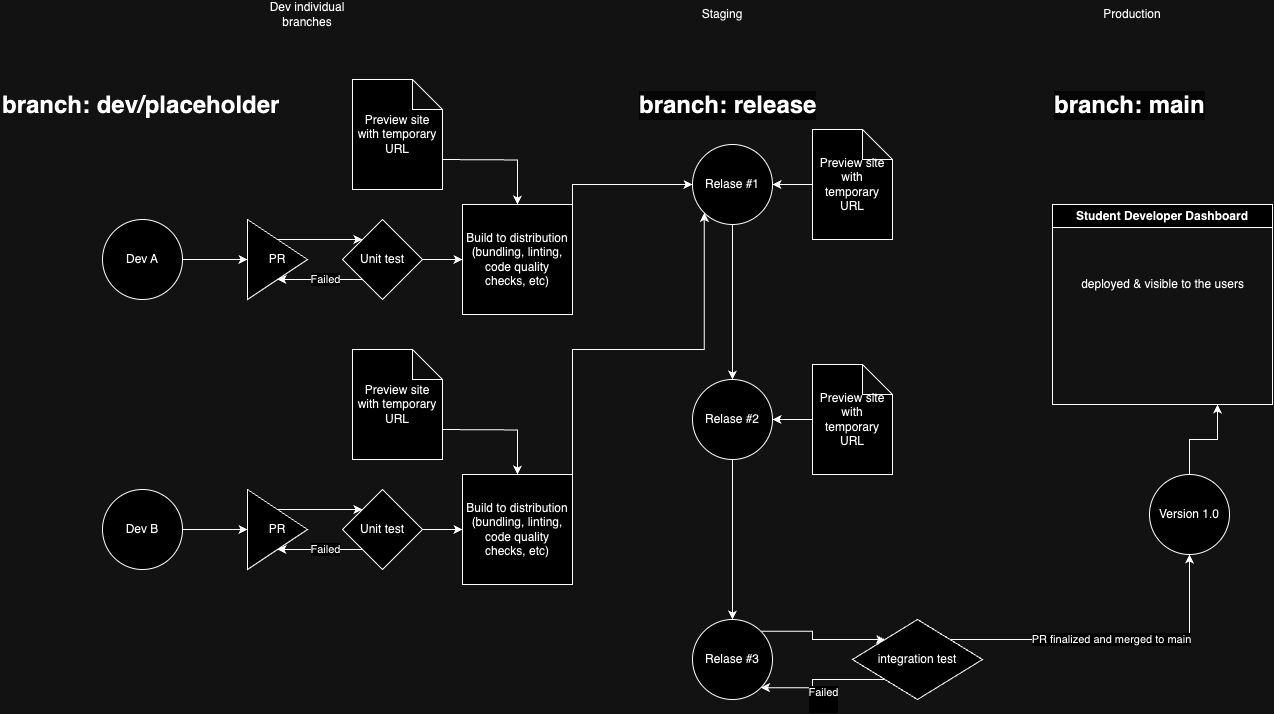
Before: admin/documentation/cipipeline/cicd.drawio.png, a diagram exported from draw.io (CSE-210-Team-10/cse210-group10). Source tidied: cells renumbered, new cells last; positions are measured from the earlier drawing's top-left corner, leaving out a move shared by most shapes.
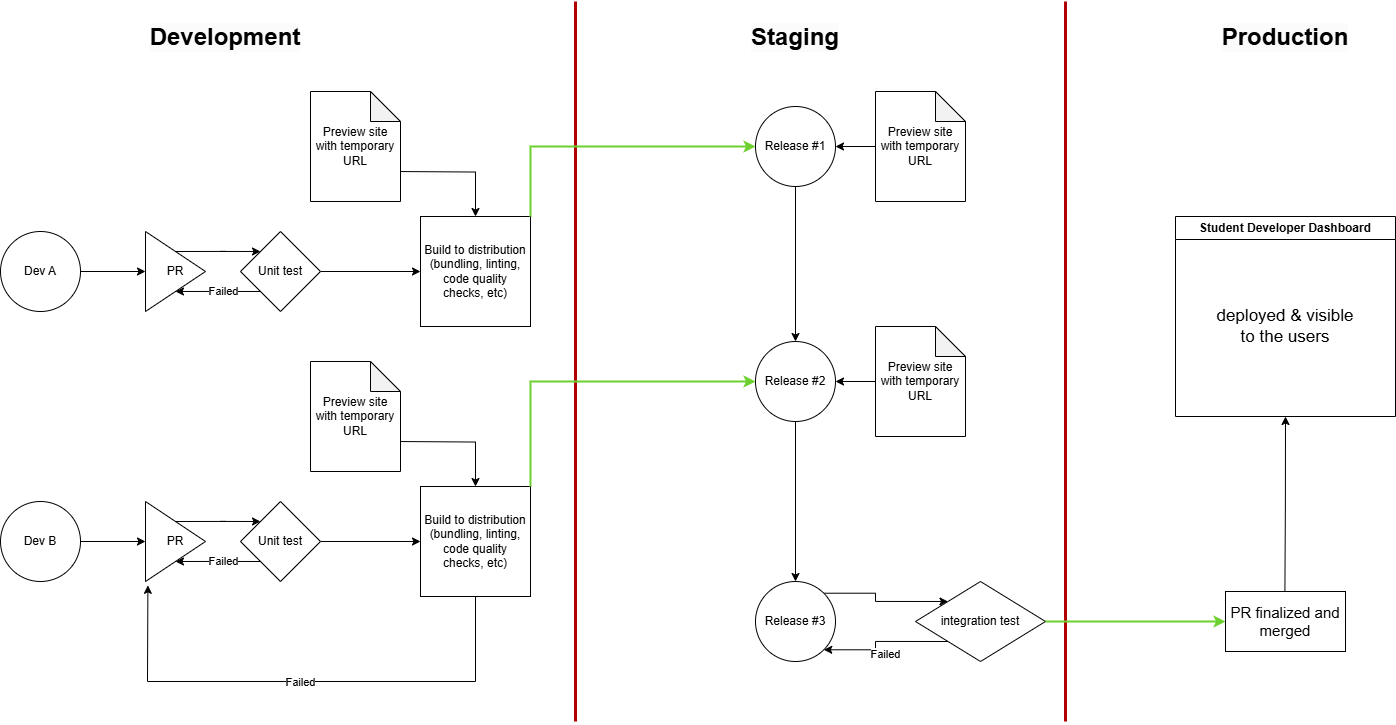
The same diagram one commit later.

Diff of the diagram source:
```diff
@@ -2,158 +2,183 @@
   <root>
     <mxCell id="0" />
     <mxCell id="1" parent="0" />
-    <mxCell id="2" value="Dev individual branches" style="text;html=1;align=center;verticalAlign=middle;whiteSpace=wrap;rounded=0;" parent="1" vertex="1">
-      <mxGeometry x="262" width="90" height="30" as="geometry" />
-    </mxCell>
-    <mxCell id="3" value="Staging" style="text;html=1;align=center;verticalAlign=middle;whiteSpace=wrap;rounded=0;" parent="1" vertex="1">
-      <mxGeometry x="692" width="60" height="30" as="geometry" />
-    </mxCell>
-    <mxCell id="4" value="Production" style="text;html=1;align=center;verticalAlign=middle;whiteSpace=wrap;rounded=0;" parent="1" vertex="1">
-      <mxGeometry x="1102" width="60" height="30" as="geometry" />
-    </mxCell>
     <mxCell id="5" style="edgeStyle=orthogonalEdgeStyle;rounded=0;jettySize=auto;html=1;entryX=0;entryY=0.5;entryDx=0;entryDy=0;" parent="1" edge="1" source="6" target="8">
       <mxGeometry relative="1" as="geometry" />
     </mxCell>
     <mxCell id="6" value="Dev A" style="ellipse;whiteSpace=wrap;html=1;" parent="1" vertex="1">
-      <mxGeometry x="102" y="220" width="80" height="80" as="geometry" />
+      <mxGeometry x="-123" y="220" width="80" height="80" as="geometry" />
     </mxCell>
-    <mxCell id="7" style="edgeStyle=orthogonalEdgeStyle;rounded=0;jettySize=auto;html=1;exitX=0.5;exitY=0;exitDx=0;exitDy=0;entryX=0;entryY=0;entryDx=0;entryDy=0;" parent="1" edge="1" source="8" target="11">
-      <mxGeometry relative="1" as="geometry" />
-    </mxCell>
     <mxCell id="8" value="PR" style="triangle;whiteSpace=wrap;html=1;" parent="1" vertex="1">
-      <mxGeometry x="247" y="220" width="60" height="80" as="geometry" />
+      <mxGeometry x="22" y="220" width="60" height="80" as="geometry" />
     </mxCell>
-    <mxCell id="9" value="Failed" style="edgeStyle=orthogonalEdgeStyle;rounded=0;jettySize=auto;html=1;exitX=0;exitY=1;exitDx=0;exitDy=0;entryX=0.5;entryY=1;entryDx=0;entryDy=0;" parent="1" edge="1" source="11" target="8">
-      <mxGeometry relative="1" as="geometry" />
-    </mxCell>
     <mxCell id="10" style="edgeStyle=orthogonalEdgeStyle;rounded=0;jettySize=auto;html=1;exitX=1;exitY=0.5;exitDx=0;exitDy=0;entryX=0;entryY=0.5;entryDx=0;entryDy=0;" parent="1" edge="1" source="11" target="13">
       <mxGeometry relative="1" as="geometry" />
     </mxCell>
-    <mxCell id="11" value="Unit test" style="rhombus;whiteSpace=wrap;html=1;" parent="1" vertex="1">
-      <mxGeometry x="342" y="220" width="80" height="80" as="geometry" />
-    </mxCell>
-    <mxCell id="12" style="edgeStyle=orthogonalEdgeStyle;rounded=0;jettySize=auto;html=1;exitX=1;exitY=0;exitDx=0;exitDy=0;entryX=0;entryY=0.5;entryDx=0;entryDy=0;" parent="1" edge="1" source="13" target="18">
-      <mxGeometry relative="1" as="geometry" />
-    </mxCell>
     <mxCell id="13" value="Build to distribution (bundling, linting, code quality checks, etc)" style="whiteSpace=wrap;html=1;" parent="1" vertex="1">
-      <mxGeometry x="462" y="205" width="110" height="110" as="geometry" />
+      <mxGeometry x="297" y="205" width="110" height="110" as="geometry" />
     </mxCell>
     <mxCell id="14" style="edgeStyle=orthogonalEdgeStyle;rounded=0;jettySize=auto;html=1;exitX=0;exitY=0;exitDx=90;exitDy=65;exitPerimeter=0;entryX=0.5;entryY=0;entryDx=0;entryDy=0;" parent="1" edge="1" target="13">
       <mxGeometry relative="1" as="geometry">
-        <mxPoint x="437" y="160" as="sourcePoint" />
+        <mxPoint x="272" y="160" as="sourcePoint" />
       </mxGeometry>
     </mxCell>
     <mxCell id="15" value="Preview site with temporary URL" style="shape=note;whiteSpace=wrap;html=1;backgroundOutline=1;darkOpacity=0.05;" parent="1" vertex="1">
-      <mxGeometry x="352" y="80" width="90" height="110" as="geometry" />
+      <mxGeometry x="187" y="80" width="90" height="110" as="geometry" />
     </mxCell>
     <mxCell id="16" style="edgeStyle=orthogonalEdgeStyle;rounded=0;orthogonalLoop=1;jettySize=auto;html=1;exitX=0.5;exitY=1;exitDx=0;exitDy=0;exitPerimeter=0;" parent="1" edge="1">
       <mxGeometry relative="1" as="geometry">
-        <mxPoint x="392" y="205" as="sourcePoint" />
-        <mxPoint x="392" y="205" as="targetPoint" />
+        <mxPoint x="167" y="205" as="sourcePoint" />
+        <mxPoint x="167" y="205" as="targetPoint" />
       </mxGeometry>
     </mxCell>
     <mxCell id="17" style="edgeStyle=orthogonalEdgeStyle;rounded=0;jettySize=auto;html=1;exitX=0.5;exitY=1;exitDx=0;exitDy=0;entryX=0.5;entryY=0;entryDx=0;entryDy=0;" parent="1" edge="1" source="18" target="34">
       <mxGeometry relative="1" as="geometry" />
     </mxCell>
-    <mxCell id="18" value="Relase #1" style="ellipse;whiteSpace=wrap;html=1;" parent="1" vertex="1">
-      <mxGeometry x="692" y="145" width="80" height="80" as="geometry" />
+    <mxCell id="18" value="Release #1" style="ellipse;whiteSpace=wrap;html=1;" parent="1" vertex="1">
+      <mxGeometry x="632" y="95" width="80" height="80" as="geometry" />
     </mxCell>
     <mxCell id="19" style="edgeStyle=orthogonalEdgeStyle;rounded=0;jettySize=auto;html=1;entryX=1;entryY=0.5;entryDx=0;entryDy=0;" parent="1" edge="1" source="20" target="18">
       <mxGeometry relative="1" as="geometry" />
     </mxCell>
     <mxCell id="20" value="Preview site with temporary URL" style="shape=note;whiteSpace=wrap;html=1;backgroundOutline=1;darkOpacity=0.05;" parent="1" vertex="1">
-      <mxGeometry x="812" y="130" width="80" height="110" as="geometry" />
+      <mxGeometry x="752" y="80" width="90" height="110" as="geometry" />
     </mxCell>
     <mxCell id="21" style="edgeStyle=orthogonalEdgeStyle;rounded=0;jettySize=auto;html=1;entryX=0;entryY=0.5;entryDx=0;entryDy=0;" parent="1" edge="1" source="22" target="24">
       <mxGeometry relative="1" as="geometry" />
     </mxCell>
     <mxCell id="22" value="Dev B" style="ellipse;whiteSpace=wrap;html=1;" parent="1" vertex="1">
-      <mxGeometry x="102" y="490" width="80" height="80" as="geometry" />
+      <mxGeometry x="-123" y="490" width="80" height="80" as="geometry" />
     </mxCell>
-    <mxCell id="23" style="edgeStyle=orthogonalEdgeStyle;rounded=0;jettySize=auto;html=1;exitX=0.5;exitY=0;exitDx=0;exitDy=0;entryX=0;entryY=0;entryDx=0;entryDy=0;" parent="1" edge="1" source="24" target="27">
-      <mxGeometry relative="1" as="geometry" />
-    </mxCell>
     <mxCell id="24" value="PR" style="triangle;whiteSpace=wrap;html=1;" parent="1" vertex="1">
-      <mxGeometry x="247" y="490" width="60" height="80" as="geometry" />
+      <mxGeometry x="22" y="490" width="60" height="80" as="geometry" />
     </mxCell>
-    <mxCell id="25" value="Failed" style="edgeStyle=orthogonalEdgeStyle;rounded=0;jettySize=auto;html=1;exitX=0;exitY=1;exitDx=0;exitDy=0;entryX=0.5;entryY=1;entryDx=0;entryDy=0;" parent="1" edge="1" source="27" target="24">
-      <mxGeometry relative="1" as="geometry" />
-    </mxCell>
     <mxCell id="26" style="edgeStyle=orthogonalEdgeStyle;rounded=0;jettySize=auto;html=1;exitX=1;exitY=0.5;exitDx=0;exitDy=0;entryX=0;entryY=0.5;entryDx=0;entryDy=0;" parent="1" edge="1" source="27" target="29">
       <mxGeometry relative="1" as="geometry" />
     </mxCell>
-    <mxCell id="27" value="Unit test" style="rhombus;whiteSpace=wrap;html=1;" parent="1" vertex="1">
-      <mxGeometry x="342" y="490" width="80" height="80" as="geometry" />
-    </mxCell>
-    <mxCell id="28" style="edgeStyle=orthogonalEdgeStyle;rounded=0;jettySize=auto;html=1;exitX=1;exitY=0;exitDx=0;exitDy=0;entryX=0;entryY=1;entryDx=0;entryDy=0;" parent="1" edge="1" source="29" target="18">
-      <mxGeometry relative="1" as="geometry" />
-    </mxCell>
     <mxCell id="29" value="Build to distribution (bundling, linting, code quality checks, etc)" style="whiteSpace=wrap;html=1;" parent="1" vertex="1">
-      <mxGeometry x="462" y="475" width="110" height="110" as="geometry" />
+      <mxGeometry x="297" y="475" width="110" height="110" as="geometry" />
     </mxCell>
     <mxCell id="30" style="edgeStyle=orthogonalEdgeStyle;rounded=0;jettySize=auto;html=1;exitX=0;exitY=0;exitDx=90;exitDy=65;exitPerimeter=0;entryX=0.5;entryY=0;entryDx=0;entryDy=0;" parent="1" edge="1" target="29">
       <mxGeometry relative="1" as="geometry">
-        <mxPoint x="437" y="430" as="sourcePoint" />
+        <mxPoint x="272" y="430" as="sourcePoint" />
       </mxGeometry>
     </mxCell>
     <mxCell id="31" value="Preview site with temporary URL" style="shape=note;whiteSpace=wrap;html=1;backgroundOutline=1;darkOpacity=0.05;" parent="1" vertex="1">
-      <mxGeometry x="352" y="350" width="90" height="110" as="geometry" />
+      <mxGeometry x="187" y="350" width="90" height="110" as="geometry" />
     </mxCell>
     <mxCell id="32" style="edgeStyle=orthogonalEdgeStyle;rounded=0;orthogonalLoop=1;jettySize=auto;html=1;exitX=0.5;exitY=1;exitDx=0;exitDy=0;exitPerimeter=0;" parent="1" edge="1">
       <mxGeometry relative="1" as="geometry">
-        <mxPoint x="392" y="475" as="sourcePoint" />
-        <mxPoint x="392" y="475" as="targetPoint" />
+        <mxPoint x="167" y="475" as="sourcePoint" />
+        <mxPoint x="167" y="475" as="targetPoint" />
       </mxGeometry>
     </mxCell>
     <mxCell id="33" style="edgeStyle=orthogonalEdgeStyle;rounded=0;jettySize=auto;html=1;exitX=0.5;exitY=1;exitDx=0;exitDy=0;entryX=0.5;entryY=0;entryDx=0;entryDy=0;" parent="1" edge="1" source="34" target="38">
       <mxGeometry relative="1" as="geometry" />
     </mxCell>
-    <mxCell id="34" value="Relase #2" style="ellipse;whiteSpace=wrap;html=1;" parent="1" vertex="1">
-      <mxGeometry x="692" y="380" width="80" height="80" as="geometry" />
+    <mxCell id="34" value="Release #2" style="ellipse;whiteSpace=wrap;html=1;" parent="1" vertex="1">
+      <mxGeometry x="632" y="330" width="80" height="80" as="geometry" />
     </mxCell>
     <mxCell id="35" style="edgeStyle=orthogonalEdgeStyle;rounded=0;jettySize=auto;html=1;entryX=1;entryY=0.5;entryDx=0;entryDy=0;" parent="1" edge="1" source="36" target="34">
       <mxGeometry relative="1" as="geometry" />
     </mxCell>
     <mxCell id="36" value="Preview site with temporary URL" style="shape=note;whiteSpace=wrap;html=1;backgroundOutline=1;darkOpacity=0.05;" parent="1" vertex="1">
-      <mxGeometry x="812" y="365" width="80" height="110" as="geometry" />
+      <mxGeometry x="752" y="315" width="90" height="110" as="geometry" />
     </mxCell>
     <mxCell id="37" style="edgeStyle=orthogonalEdgeStyle;rounded=0;jettySize=auto;html=1;exitX=1;exitY=0;exitDx=0;exitDy=0;entryX=0;entryY=0;entryDx=0;entryDy=0;" parent="1" edge="1" source="38" target="48">
       <mxGeometry relative="1" as="geometry" />
     </mxCell>
-    <mxCell id="38" value="Relase #3" style="ellipse;whiteSpace=wrap;html=1;" parent="1" vertex="1">
-      <mxGeometry x="692" y="620" width="80" height="80" as="geometry" />
+    <mxCell id="38" value="Release #3" style="ellipse;whiteSpace=wrap;html=1;" parent="1" vertex="1">
+      <mxGeometry x="632" y="570" width="80" height="80" as="geometry" />
     </mxCell>
     <mxCell id="39" value="Student Developer Dashboard" style="swimlane;whiteSpace=wrap;html=1;" parent="1" vertex="1">
       <mxGeometry x="1052" y="205" width="220" height="200" as="geometry" />
     </mxCell>
-    <mxCell id="40" value="deployed &amp;amp; visible to the users" style="text;html=1;align=center;verticalAlign=middle;strokeColor=none;fillColor=none;" parent="39" vertex="1">
-      <mxGeometry x="15" y="65" width="190" height="30" as="geometry" />
+    <mxCell id="40" value="deployed &amp;amp; visible to the users" style="rounded=0;whiteSpace=wrap;html=1;labelBorderColor=none;strokeColor=none;fontSize=17;" parent="39" vertex="1">
+      <mxGeometry x="40" y="80" width="140" height="60" as="geometry" />
     </mxCell>
-    <mxCell id="41" value="&lt;h1 style=&quot;margin-top: 0px;&quot;&gt;branch: dev/placeholder&lt;/h1&gt;" style="text;html=1;whiteSpace=wrap;overflow=hidden;rounded=0;" parent="1" vertex="1">
-      <mxGeometry x="-0.5" y="85" width="285" height="45" as="geometry" />
-    </mxCell>
-    <mxCell id="42" value="&lt;h1 style=&quot;forced-color-adjust: none; color: rgb(0, 0, 0); font-family: Helvetica; font-style: normal; font-variant-ligatures: normal; font-variant-caps: normal; letter-spacing: normal; orphans: 2; text-align: left; text-indent: 0px; text-transform: none; widows: 2; word-spacing: 0px; -webkit-text-stroke-width: 0px; white-space: normal; background-color: rgb(251, 251, 251); text-decoration-thickness: initial; text-decoration-style: initial; text-decoration-color: initial; margin-top: 0px;&quot;&gt;branch: release&lt;/h1&gt;&lt;div&gt;&lt;br&gt;&lt;/div&gt;" style="text;whiteSpace=wrap;html=1;" parent="1" vertex="1">
-      <mxGeometry x="637" y="85" width="190" height="70" as="geometry" />
+    <mxCell id="42" value="&lt;h1 style=&quot;forced-color-adjust: none; color: rgb(0, 0, 0); font-family: Helvetica; font-style: normal; font-variant-ligatures: normal; font-variant-caps: normal; letter-spacing: normal; orphans: 2; text-indent: 0px; text-transform: none; widows: 2; word-spacing: 0px; -webkit-text-stroke-width: 0px; white-space: normal; background-color: rgb(251, 251, 251); text-decoration-thickness: initial; text-decoration-style: initial; text-decoration-color: initial; margin-top: 0px;&quot;&gt;Staging&lt;/h1&gt;" style="text;whiteSpace=wrap;html=1;align=center;" parent="1" vertex="1">
+      <mxGeometry x="577" y="5" width="190" height="42.5" as="geometry" />
     </mxCell>
-    <mxCell id="43" value="&lt;h1 style=&quot;forced-color-adjust: none; color: rgb(0, 0, 0); font-family: Helvetica; font-style: normal; font-variant-ligatures: normal; font-variant-caps: normal; letter-spacing: normal; orphans: 2; text-align: left; text-indent: 0px; text-transform: none; widows: 2; word-spacing: 0px; -webkit-text-stroke-width: 0px; white-space: normal; background-color: rgb(251, 251, 251); text-decoration-thickness: initial; text-decoration-style: initial; text-decoration-color: initial; margin-top: 0px;&quot;&gt;branch: main&lt;/h1&gt;&lt;div&gt;&lt;br&gt;&lt;/div&gt;" style="text;whiteSpace=wrap;html=1;" parent="1" vertex="1">
-      <mxGeometry x="1052" y="85" width="160" height="70" as="geometry" />
+    <mxCell id="43" value="&lt;h1 style=&quot;forced-color-adjust: none; color: rgb(0, 0, 0); font-family: Helvetica; font-style: normal; font-variant-ligatures: normal; font-variant-caps: normal; letter-spacing: normal; orphans: 2; text-indent: 0px; text-transform: none; widows: 2; word-spacing: 0px; -webkit-text-stroke-width: 0px; white-space: normal; background-color: rgb(251, 251, 251); text-decoration-thickness: initial; text-decoration-style: initial; text-decoration-color: initial; margin-top: 0px;&quot;&gt;Production&lt;/h1&gt;" style="text;whiteSpace=wrap;html=1;align=center;" parent="1" vertex="1">
+      <mxGeometry x="1082" y="5" width="160" height="42.5" as="geometry" />
     </mxCell>
-    <mxCell id="44" style="edgeStyle=orthogonalEdgeStyle;rounded=0;jettySize=auto;html=1;exitX=0.5;exitY=0;exitDx=0;exitDy=0;entryX=0.75;entryY=1;entryDx=0;entryDy=0;" parent="1" edge="1" source="45" target="39">
-      <mxGeometry relative="1" as="geometry" />
-    </mxCell>
-    <mxCell id="45" value="Version 1.0" style="ellipse;whiteSpace=wrap;html=1;" parent="1" vertex="1">
-      <mxGeometry x="1149" y="475" width="80" height="80" as="geometry" />
-    </mxCell>
     <mxCell id="46" value="Failed&lt;div&gt;&lt;br&gt;&lt;/div&gt;" style="edgeStyle=orthogonalEdgeStyle;rounded=0;jettySize=auto;html=1;exitX=0;exitY=1;exitDx=0;exitDy=0;entryX=1;entryY=1;entryDx=0;entryDy=0;" parent="1" edge="1" source="48" target="38">
       <mxGeometry x="0.22" y="15" relative="1" as="geometry">
         <mxPoint x="10" y="-3" as="offset" />
       </mxGeometry>
     </mxCell>
-    <mxCell id="47" value="PR finalized and merged to main" style="edgeStyle=orthogonalEdgeStyle;rounded=0;jettySize=auto;html=1;exitX=1;exitY=0;exitDx=0;exitDy=0;entryX=0.5;entryY=1;entryDx=0;entryDy=0;" parent="1" edge="1" source="48" target="45">
-      <mxGeometry relative="1" as="geometry" />
+    <mxCell id="47" style="edgeStyle=orthogonalEdgeStyle;rounded=0;jettySize=auto;html=1;entryX=0.5;entryY=1;entryDx=0;entryDy=0;" parent="1" edge="1" target="39">
+      <mxGeometry relative="1" as="geometry">
+        <mxPoint x="1161.4" y="580" as="sourcePoint" />
+      </mxGeometry>
     </mxCell>
     <mxCell id="48" value="integration test" style="rhombus;whiteSpace=wrap;html=1;" parent="1" vertex="1">
-      <mxGeometry x="852" y="620" width="130" height="80" as="geometry" />
+      <mxGeometry x="792" y="570" width="130" height="80" as="geometry" />
     </mxCell>
+    <mxCell id="49" value="&lt;font style=&quot;font-size: 15px;&quot;&gt;PR finalized and merged&lt;/font&gt;" style="rounded=0;whiteSpace=wrap;html=1;" parent="1" vertex="1">
+      <mxGeometry x="1102" y="580" width="120" height="60" as="geometry" />
+    </mxCell>
+    <mxCell id="7" style="edgeStyle=orthogonalEdgeStyle;rounded=0;jettySize=auto;html=1;exitX=0.5;exitY=0;exitDx=0;exitDy=0;entryX=0;entryY=0;entryDx=0;entryDy=0;" parent="1" edge="1" source="8" target="11">
+      <mxGeometry relative="1" as="geometry" />
+    </mxCell>
+    <mxCell id="50" style="endArrow=none;html=1;rounded=0;fillColor=#e51400;strokeColor=#B20000;strokeWidth=3;" parent="1" edge="1">
+      <mxGeometry relative="1" as="geometry">
+        <mxPoint x="452" y="710" as="sourcePoint" />
+        <mxPoint x="452" y="-10" as="targetPoint" />
+      </mxGeometry>
+    </mxCell>
+    <mxCell id="23" style="edgeStyle=orthogonalEdgeStyle;rounded=0;jettySize=auto;html=1;exitX=0.5;exitY=0;exitDx=0;exitDy=0;entryX=0;entryY=0;entryDx=0;entryDy=0;" parent="1" edge="1" source="24" target="27">
+      <mxGeometry relative="1" as="geometry" />
+    </mxCell>
+    <mxCell id="9" value="Failed" style="edgeStyle=orthogonalEdgeStyle;rounded=0;jettySize=auto;html=1;exitX=0;exitY=1;exitDx=0;exitDy=0;entryX=0.5;entryY=1;entryDx=0;entryDy=0;" parent="1" edge="1" source="11" target="8">
+      <mxGeometry relative="1" as="geometry" />
+    </mxCell>
+    <mxCell id="25" value="Failed" style="edgeStyle=orthogonalEdgeStyle;rounded=0;jettySize=auto;html=1;exitX=0;exitY=1;exitDx=0;exitDy=0;entryX=0.5;entryY=1;entryDx=0;entryDy=0;" parent="1" edge="1" source="27" target="24">
+      <mxGeometry relative="1" as="geometry" />
+    </mxCell>
+    <mxCell id="51" style="endArrow=none;html=1;rounded=0;fillColor=#e51400;strokeColor=#B20000;strokeWidth=3;" parent="1" edge="1">
+      <mxGeometry relative="1" as="geometry">
+        <mxPoint x="942" y="710" as="sourcePoint" />
+        <mxPoint x="942" y="-10" as="targetPoint" />
+      </mxGeometry>
+    </mxCell>
+    <mxCell id="11" value="Unit test" style="rhombus;whiteSpace=wrap;html=1;" parent="1" vertex="1">
+      <mxGeometry x="117" y="220" width="80" height="80" as="geometry" />
+    </mxCell>
+    <mxCell id="27" value="Unit test" style="rhombus;whiteSpace=wrap;html=1;" parent="1" vertex="1">
+      <mxGeometry x="117" y="490" width="80" height="80" as="geometry" />
+    </mxCell>
+    <mxCell id="52" style="endArrow=classic;html=1;rounded=0;exitX=0.5;exitY=1;exitDx=0;exitDy=0;entryX=0.04;entryY=1.048;entryDx=0;entryDy=0;entryPerimeter=0;" parent="1" edge="1" source="29" target="24">
+      <mxGeometry relative="1" as="geometry">
+        <Array as="points">
+          <mxPoint x="352" y="670" />
+          <mxPoint x="187" y="670" />
+          <mxPoint x="24" y="670" />
+        </Array>
+      </mxGeometry>
+    </mxCell>
+    <mxCell id="53" value="Failed" style="edgeLabel;html=1;align=center;verticalAlign=middle;" parent="52" vertex="1">
+      <mxGeometry x="-0.07" y="3" relative="1" as="geometry">
+        <mxPoint x="-24" y="-3" as="offset" />
+      </mxGeometry>
+    </mxCell>
+    <mxCell id="12" style="edgeStyle=orthogonalEdgeStyle;rounded=0;jettySize=auto;html=1;exitX=1;exitY=0;exitDx=0;exitDy=0;entryX=0;entryY=0.5;entryDx=0;entryDy=0;strokeWidth=2;fillColor=#60a917;strokeColor=#6cd12e;" parent="1" edge="1" source="13" target="18">
+      <mxGeometry relative="1" as="geometry" />
+    </mxCell>
+    <mxCell id="28" style="edgeStyle=orthogonalEdgeStyle;rounded=0;jettySize=auto;html=1;exitX=1;exitY=0;exitDx=0;exitDy=0;entryX=0;entryY=0.5;entryDx=0;entryDy=0;strokeWidth=2;fillColor=#60a917;strokeColor=#6cd12e;" parent="1" edge="1" source="29" target="34">
+      <mxGeometry relative="1" as="geometry">
+        <Array as="points">
+          <mxPoint x="407" y="370" />
+        </Array>
+      </mxGeometry>
+    </mxCell>
+    <mxCell id="54" style="endArrow=classic;html=1;rounded=0;entryX=0;entryY=0.5;entryDx=0;entryDy=0;strokeWidth=2;fillColor=#60a917;strokeColor=#6cd12e;" parent="1" edge="1" target="49">
+      <mxGeometry relative="1" as="geometry">
+        <mxPoint x="922" y="610" as="sourcePoint" />
+      </mxGeometry>
+    </mxCell>
+    <mxCell id="55" value="&lt;h1 style=&quot;forced-color-adjust: none; color: rgb(0, 0, 0); font-family: Helvetica; font-style: normal; font-variant-ligatures: normal; font-variant-caps: normal; letter-spacing: normal; orphans: 2; text-indent: 0px; text-transform: none; widows: 2; word-spacing: 0px; -webkit-text-stroke-width: 0px; white-space: normal; background-color: rgb(251, 251, 251); text-decoration-thickness: initial; text-decoration-style: initial; text-decoration-color: initial; margin-top: 0px;&quot;&gt;Development&lt;/h1&gt;" style="text;whiteSpace=wrap;html=1;align=center;" parent="1" vertex="1">
+      <mxGeometry x="7" y="5" width="190" height="42.5" as="geometry" />
+    </mxCell>
   </root>
 </mxGraphModel>
```
